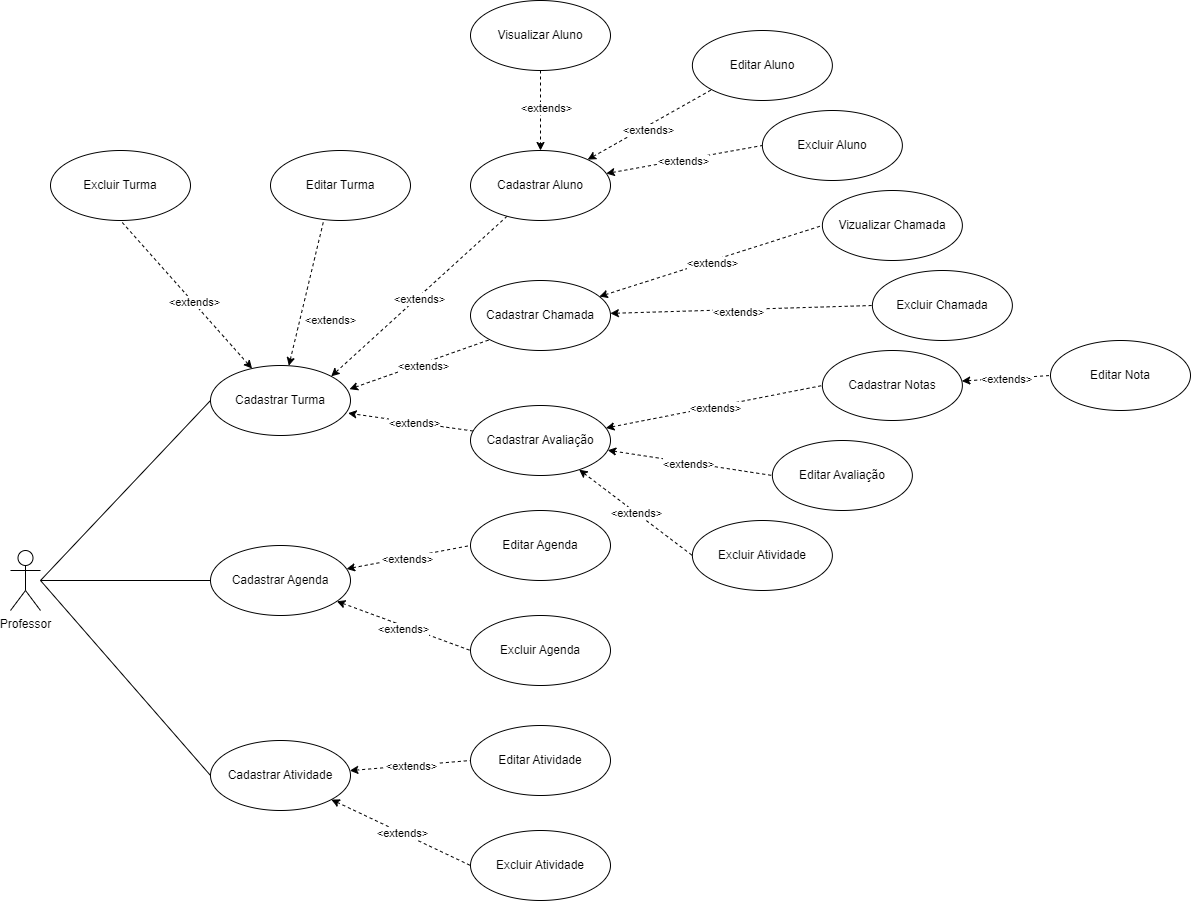
The draw.io diagram src/assets/docs/Diagrama de Casos de Uso.drawio.png in zarref-semog/my-classroom, before a commit. Source tidied: cells renumbered, new cells last; positions are measured from the earlier drawing's top-left corner, leaving out a move shared by most shapes.
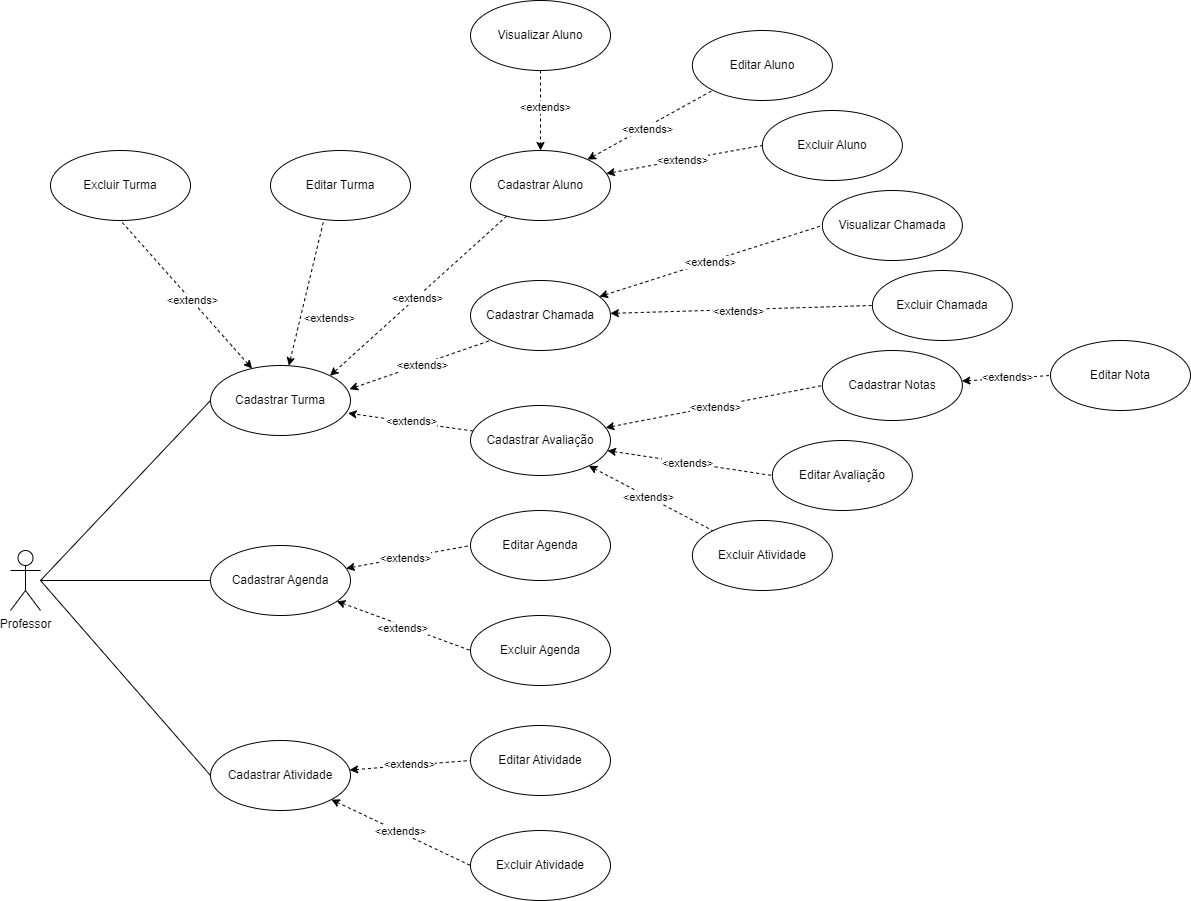
The same diagram one commit later.

Commit message:
corrigido diagrama de caso de uso e der

Diff of the diagram source:
```diff
@@ -98,7 +98,7 @@
     <mxCell id="29" value="&amp;lt;extends&amp;gt;" style="edgeLabel;html=1;align=center;verticalAlign=middle;" parent="28" vertex="1">
       <mxGeometry x="0.01" relative="1" as="geometry" />
     </mxCell>
-    <mxCell id="30" style="rounded=0;jettySize=auto;html=1;entryX=0;entryY=0.5;entryDx=0;entryDy=0;dashed=1;startArrow=classic;startFill=1;endArrow=none;endFill=0;" parent="1" edge="1" source="34" target="55">
+    <mxCell id="30" style="rounded=0;jettySize=auto;html=1;entryX=0;entryY=0;entryDx=0;entryDy=0;dashed=1;startArrow=classic;startFill=1;endArrow=none;endFill=0;" parent="1" edge="1" source="34" target="55">
       <mxGeometry relative="1" as="geometry" />
     </mxCell>
     <mxCell id="31" value="&amp;lt;extends&amp;gt;" style="edgeLabel;html=1;align=center;verticalAlign=middle;" parent="30" vertex="1">
@@ -157,7 +157,7 @@
     <mxCell id="48" value="Excluir Aluno" style="ellipse;whiteSpace=wrap;html=1;" parent="1" vertex="1">
       <mxGeometry x="751.9" y="110" width="140" height="70" as="geometry" />
     </mxCell>
-    <mxCell id="49" value="Vizualizar Chamada" style="ellipse;whiteSpace=wrap;html=1;" parent="1" vertex="1">
+    <mxCell id="49" value="Visualizar Chamada" style="ellipse;whiteSpace=wrap;html=1;" parent="1" vertex="1">
       <mxGeometry x="811.9" y="190" width="140" height="70" as="geometry" />
     </mxCell>
     <mxCell id="50" value="Excluir Chamada" style="ellipse;whiteSpace=wrap;html=1;" parent="1" vertex="1">
```
